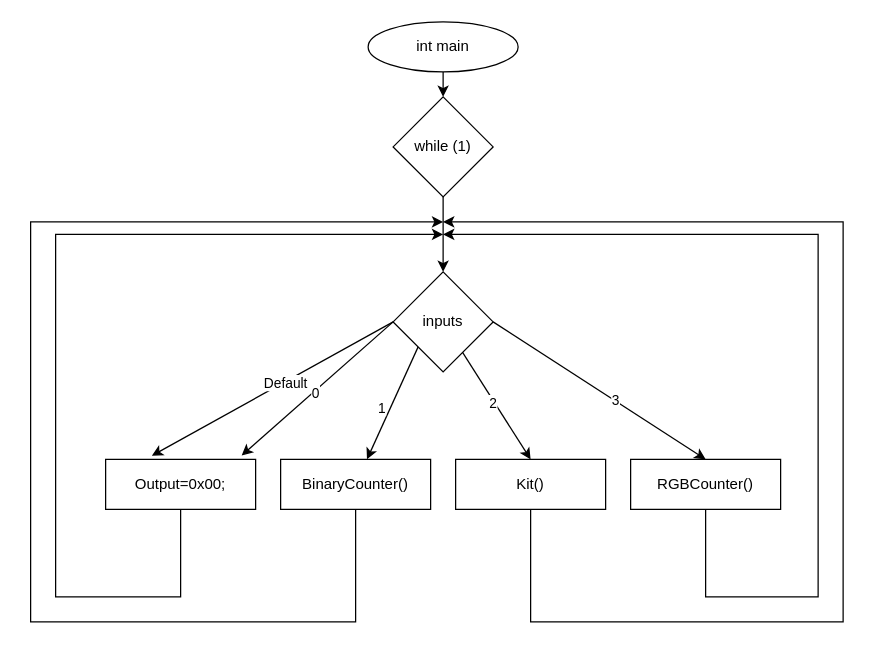
Earlier version of the draw.io diagram SisEmb AF 2.drawio (rulgamer03/Mapas). Source tidied: cells renumbered, new cells numbered last; positions are measured from the earlier drawing's top-left corner, leaving out a move shared by most shapes. Both pictures are drawn from the tidied source at 125%, with x=0, y=0 at pixel (30, 21).
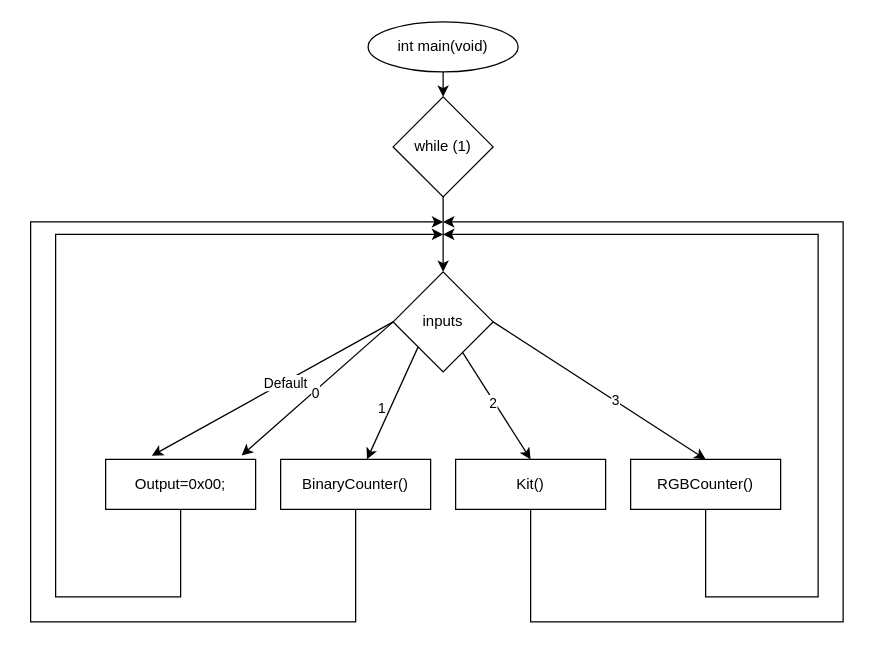
The same diagram, later.

Change to the diagram source:
```diff
@@
-    <mxCell id="2" value="int main" style="ellipse;whiteSpace=wrap;html=1;" parent="1" vertex="1">
+    <mxCell id="2" value="int main(void)" style="ellipse;whiteSpace=wrap;html=1;" parent="1" vertex="1">
       <mxGeometry x="270" width="120" height="40" as="geometry" />
     </mxCell>
```
